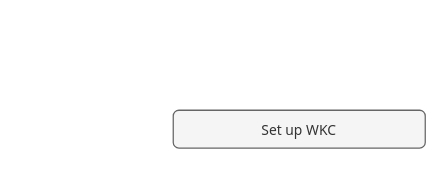
Before: page "wkc lifecycle" (7 of 7) of Data Governance.drawio in kanchantewary/MindMaps, a draw.io diagram. Source tidied: cells renumbered, new cells numbered last; positions are measured from the earlier drawing's top-left corner, leaving out a move shared by most shapes. Both pictures are drawn from the tidied source at 126%, with x=0, y=0 at pixel (173, 110).
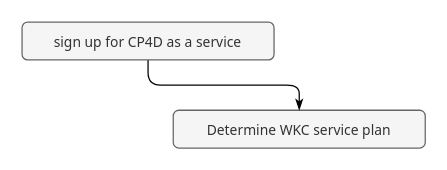
After the change.

Diff of the diagram source:
```diff
@@
 <mxGraphModel>
   <root>
     <mxCell id="0" />
     <mxCell id="1" parent="0" />
-    <mxCell id="2" value="Set up WKC" style="rounded=1;whiteSpace=wrap;html=1;fontSize=11;fontFamily=Tahoma;fillColor=#f5f5f5;fontColor=#333333;strokeColor=#666666;" parent="1" vertex="1">
+    <mxCell id="2" value="Determine WKC service plan" style="rounded=1;whiteSpace=wrap;html=1;fontSize=11;fontFamily=Tahoma;fillColor=#f5f5f5;fontColor=#333333;strokeColor=#666666;" parent="1" vertex="1">
       <mxGeometry width="200" height="30" as="geometry" />
     </mxCell>
+    <mxCell id="3" style="edgeStyle=orthogonalEdgeStyle;rounded=1;jettySize=auto;html=1;fontFamily=Tahoma;fontSize=11;endArrow=classicThin;endFill=1;" parent="1" edge="1" source="4" target="2">
+      <mxGeometry relative="1" as="geometry" />
+    </mxCell>
+    <mxCell id="4" value="sign up for CP4D as a service" style="rounded=1;whiteSpace=wrap;html=1;fontSize=11;fontFamily=Tahoma;fillColor=#f5f5f5;fontColor=#333333;strokeColor=#666666;" parent="1" vertex="1">
+      <mxGeometry x="-120" y="-70" width="200" height="30" as="geometry" />
+    </mxCell>
   </root>
 </mxGraphModel>
```
